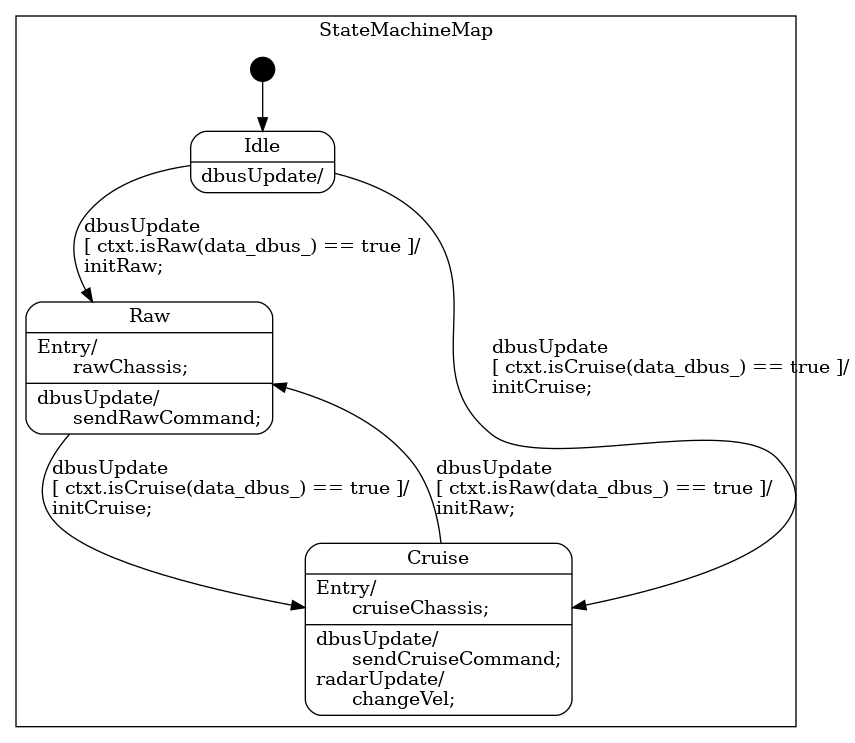
Before: state_machine/StateMachine_sm.png, a diagram exported from Graphviz (rm-controls/rm_fsm). Its source is kept beside it as state_machine/StateMachine_sm.dot.
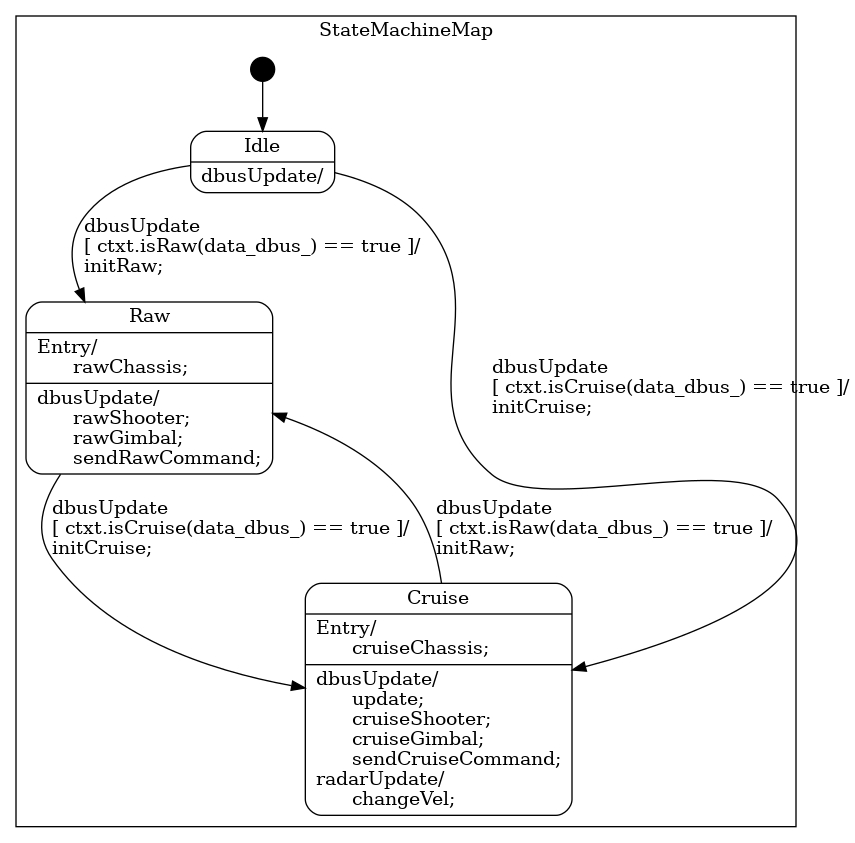
Later version of the same file.

Commit message:
Remove the random generator from main.cpp and add update function in StateMachine.cpp, complete the function of cruise of gimbal.

The edit, as a diff of the source:
```diff
@@ -12,10 +12,10 @@
             [label="{Idle|dbusUpdate/\l}"];
 
         "StateMachineMap::Raw"
-            [label="{Raw|Entry/\l&nbsp;&nbsp;&nbsp;rawChassis;\l|dbusUpdate/\l&nbsp;&nbsp;&nbsp;sendRawCommand;\l}"];
+            [label="{Raw|Entry/\l&nbsp;&nbsp;&nbsp;rawChassis;\l|dbusUpdate/\l&nbsp;&nbsp;&nbsp;rawShooter;\l&nbsp;&nbsp;&nbsp;rawGimbal;\l&nbsp;&nbsp;&nbsp;sendRawCommand;\l}"];
 
         "StateMachineMap::Cruise"
-            [label="{Cruise|Entry/\l&nbsp;&nbsp;&nbsp;cruiseChassis;\l|dbusUpdate/\l&nbsp;&nbsp;&nbsp;sendCruiseCommand;\lradarUpdate/\l&nbsp;&nbsp;&nbsp;changeVel;\l}"];
+            [label="{Cruise|Entry/\l&nbsp;&nbsp;&nbsp;cruiseChassis;\l|dbusUpdate/\l&nbsp;&nbsp;&nbsp;update;\l&nbsp;&nbsp;&nbsp;cruiseShooter;\l&nbsp;&nbsp;&nbsp;cruiseGimbal;\l&nbsp;&nbsp;&nbsp;sendCruiseCommand;\lradarUpdate/\l&nbsp;&nbsp;&nbsp;changeVel;\l}"];
 
         "%start"
             [label="" shape=circle style=filled fillcolor=black width=0.25];
```
